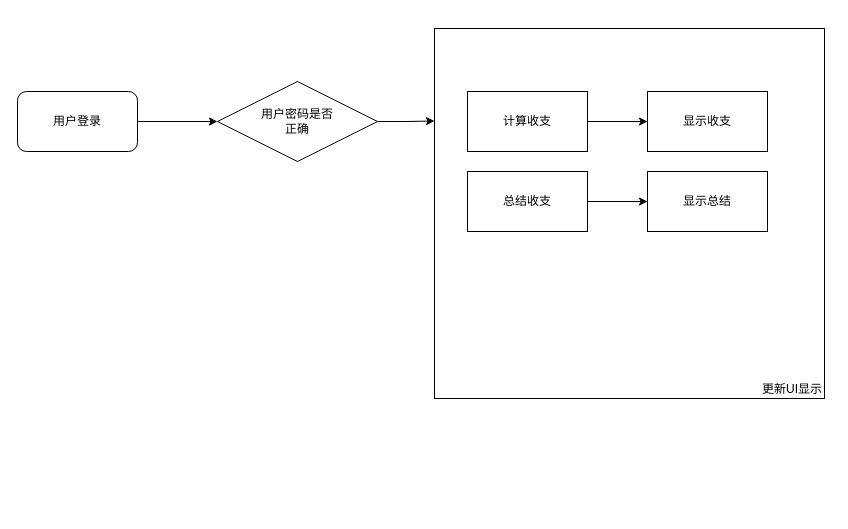
Earlier version of the draw.io diagram bankist.drawio (Miroscyer/jslearn). Source tidied: cells renumbered, new cells numbered last; positions are measured from the earlier drawing's top-left corner, leaving out a move shared by most shapes. Both pictures are drawn from the tidied source at 100%, with x=0, y=0 at pixel (17, 28).
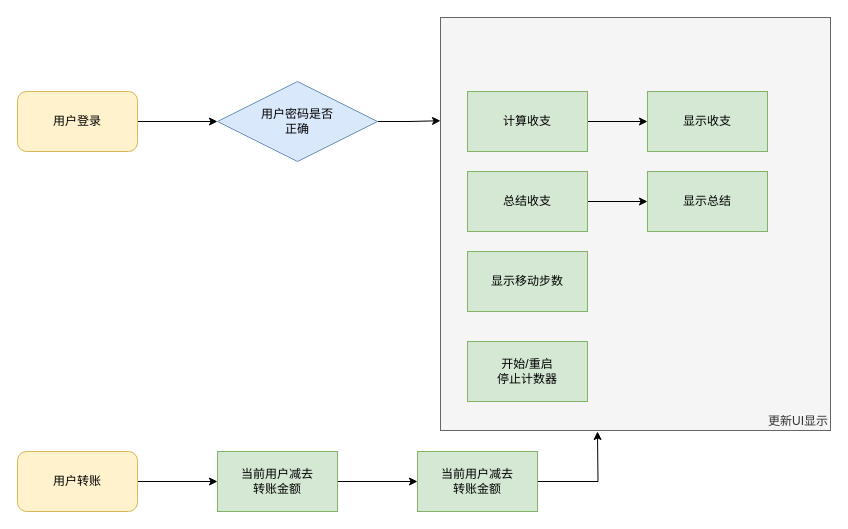
The same diagram, later.

Diff of the diagram source:
```diff
@@
-    <mxCell id="2" value="更新UI显示" style="rounded=0;whiteSpace=wrap;html=1;align=right;verticalAlign=bottom;" parent="1" vertex="1">
-      <mxGeometry x="417" width="390" height="370" as="geometry" />
+    <mxCell id="2" value="更新UI显示" style="rounded=0;whiteSpace=wrap;html=1;align=right;verticalAlign=bottom;fillColor=#f5f5f5;fontColor=#333333;strokeColor=#666666;" parent="1" vertex="1">
+      <mxGeometry x="423" y="-11" width="390" height="413" as="geometry" />
     </mxCell>
@@
-    <mxCell id="4" value="用户登录" style="rounded=1;whiteSpace=wrap;html=1;" parent="1" vertex="1">
+    <mxCell id="4" value="用户登录" style="rounded=1;whiteSpace=wrap;html=1;fillColor=#fff2cc;strokeColor=#d6b656;" parent="1" vertex="1">
       <mxGeometry y="63" width="120" height="60" as="geometry" />
     </mxCell>
@@
-    <mxCell id="6" value="用户密码是否&lt;br&gt;正确" style="rhombus;whiteSpace=wrap;html=1;" parent="1" vertex="1">
+    <mxCell id="6" value="用户密码是否&lt;br&gt;正确" style="rhombus;whiteSpace=wrap;html=1;fillColor=#dae8fc;strokeColor=#6c8ebf;" parent="1" vertex="1">
       <mxGeometry x="200" y="53" width="160" height="80" as="geometry" />
     </mxCell>
@@
-    <mxCell id="8" value="计算收支" style="rounded=0;whiteSpace=wrap;html=1;" parent="1" vertex="1">
+    <mxCell id="8" value="计算收支" style="rounded=0;whiteSpace=wrap;html=1;fillColor=#d5e8d4;strokeColor=#82b366;" parent="1" vertex="1">
       <mxGeometry x="450" y="63" width="120" height="60" as="geometry" />
     </mxCell>
-    <mxCell id="9" value="显示收支" style="rounded=0;whiteSpace=wrap;html=1;" parent="1" vertex="1">
+    <mxCell id="9" value="显示收支" style="rounded=0;whiteSpace=wrap;html=1;fillColor=#d5e8d4;strokeColor=#82b366;" parent="1" vertex="1">
       <mxGeometry x="630" y="63" width="120" height="60" as="geometry" />
     </mxCell>
@@
-    <mxCell id="11" value="总结收支" style="rounded=0;whiteSpace=wrap;html=1;" parent="1" vertex="1">
+    <mxCell id="11" value="总结收支" style="rounded=0;whiteSpace=wrap;html=1;fillColor=#d5e8d4;strokeColor=#82b366;" parent="1" vertex="1">
       <mxGeometry x="450" y="143" width="120" height="60" as="geometry" />
     </mxCell>
-    <mxCell id="12" value="显示总结" style="rounded=0;whiteSpace=wrap;html=1;" parent="1" vertex="1">
+    <mxCell id="12" value="显示总结" style="rounded=0;whiteSpace=wrap;html=1;fillColor=#d5e8d4;strokeColor=#82b366;" parent="1" vertex="1">
       <mxGeometry x="630" y="143" width="120" height="60" as="geometry" />
     </mxCell>
+    <mxCell id="13" value="显示移动步数" style="rounded=0;whiteSpace=wrap;html=1;fillColor=#d5e8d4;strokeColor=#82b366;" parent="1" vertex="1">
+      <mxGeometry x="450" y="223" width="120" height="60" as="geometry" />
+    </mxCell>
+    <mxCell id="14" value="开始/重启&lt;br&gt;停止计数器" style="rounded=0;whiteSpace=wrap;html=1;fillColor=#d5e8d4;strokeColor=#82b366;" parent="1" vertex="1">
+      <mxGeometry x="450" y="313" width="120" height="60" as="geometry" />
+    </mxCell>
+    <mxCell id="15" style="edgeStyle=orthogonalEdgeStyle;rounded=0;jettySize=auto;html=1;exitX=1;exitY=0.5;exitDx=0;exitDy=0;entryX=0;entryY=0.5;entryDx=0;entryDy=0;" parent="1" edge="1" source="16" target="18">
+      <mxGeometry relative="1" as="geometry" />
+    </mxCell>
+    <mxCell id="16" value="用户转账" style="rounded=1;whiteSpace=wrap;html=1;fillColor=#fff2cc;strokeColor=#d6b656;" parent="1" vertex="1">
+      <mxGeometry y="423" width="120" height="60" as="geometry" />
+    </mxCell>
+    <mxCell id="17" style="edgeStyle=orthogonalEdgeStyle;rounded=0;jettySize=auto;html=1;exitX=1;exitY=0.5;exitDx=0;exitDy=0;" parent="1" edge="1" source="18" target="20">
+      <mxGeometry relative="1" as="geometry" />
+    </mxCell>
+    <mxCell id="18" value="当前用户减去&lt;br&gt;转账金额" style="rounded=0;whiteSpace=wrap;html=1;fillColor=#d5e8d4;strokeColor=#82b366;" parent="1" vertex="1">
+      <mxGeometry x="200" y="423" width="120" height="60" as="geometry" />
+    </mxCell>
+    <mxCell id="19" style="edgeStyle=orthogonalEdgeStyle;rounded=0;jettySize=auto;html=1;exitX=1;exitY=0.5;exitDx=0;exitDy=0;" parent="1" edge="1" source="20">
+      <mxGeometry relative="1" as="geometry">
+        <mxPoint x="580" y="403" as="targetPoint" />
+      </mxGeometry>
+    </mxCell>
+    <mxCell id="20" value="当前用户减去&lt;br&gt;转账金额" style="rounded=0;whiteSpace=wrap;html=1;fillColor=#d5e8d4;strokeColor=#82b366;" parent="1" vertex="1">
+      <mxGeometry x="400" y="423" width="120" height="60" as="geometry" />
+    </mxCell>
```
